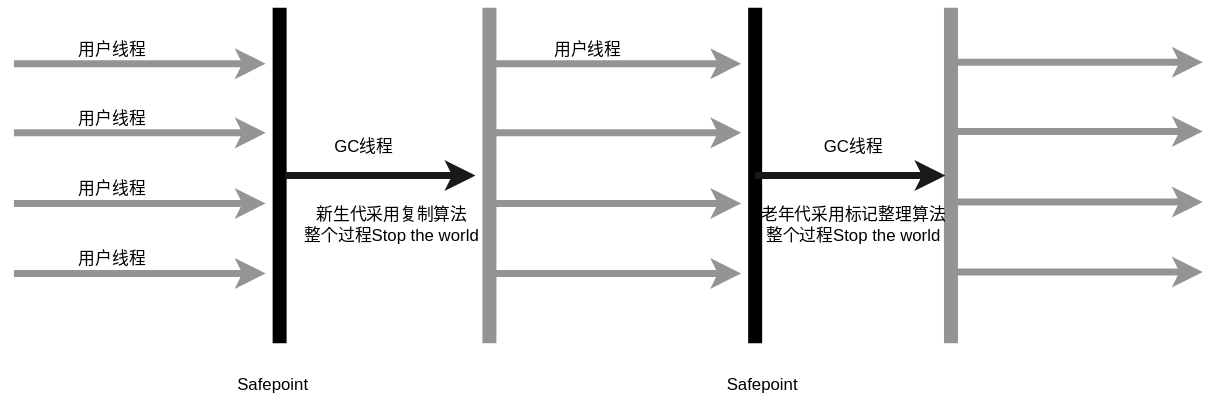
Above: gc-serial.svg in chaolinye/draw (draw.io), before the change. Source tidied: cells renumbered, new cells last; positions are measured from the earlier drawing's top-left corner, leaving out a move shared by most shapes.
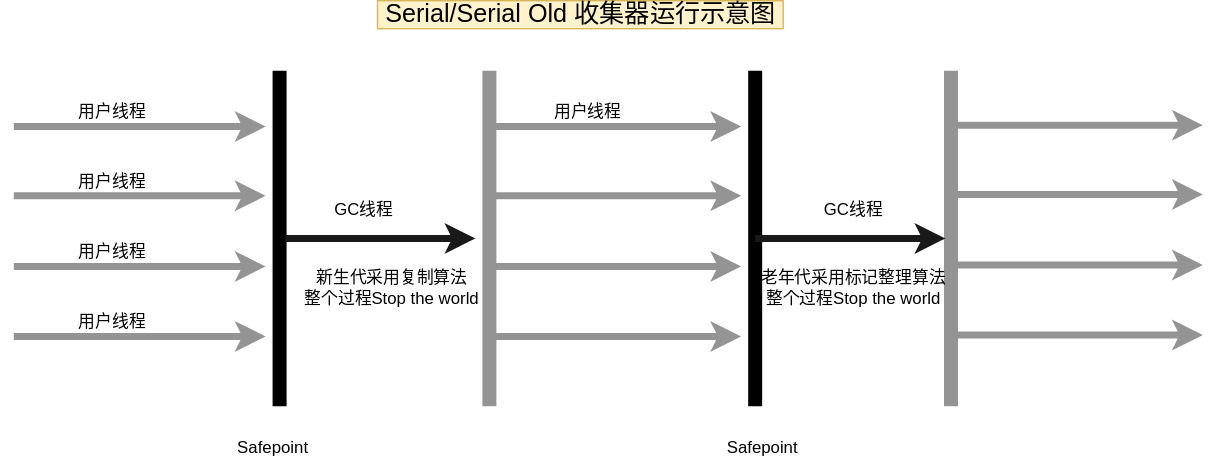
Later version of the same file.

The edit, as a diff of the source:
```diff
@@ -143,5 +143,8 @@
     <mxCell id="30" value="老年代采用标记整理算法&lt;br&gt;整个过程Stop the world" style="text;html=1;align=center;verticalAlign=middle;" parent="1" vertex="1">
       <mxGeometry x="525" y="140" width="150" height="30" as="geometry" />
     </mxCell>
+    <mxCell id="31" value="&lt;font style=&quot;font-size: 18px&quot;&gt;Serial/Serial Old 收集器运行示意图&lt;/font&gt;" style="text;html=1;align=center;verticalAlign=middle;fillColor=#fff2cc;strokeColor=#d6b656;" parent="1" vertex="1">
+      <mxGeometry x="260" y="-50" width="290" height="20" as="geometry" />
+    </mxCell>
   </root>
 </mxGraphModel>
```
